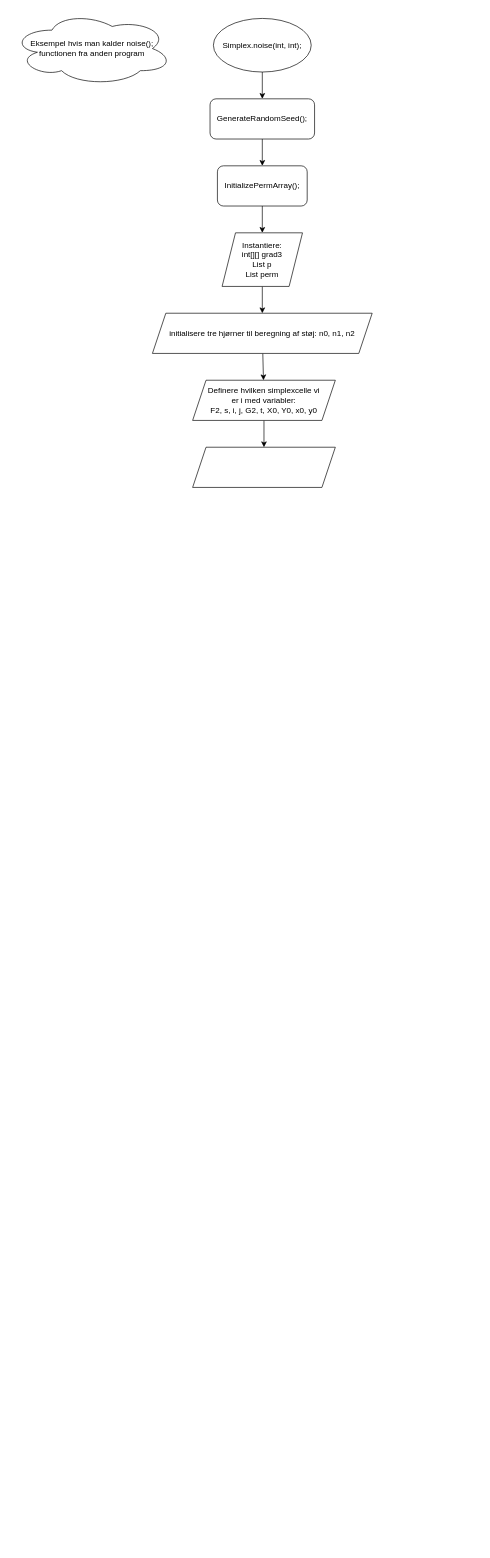
Before: FlowDiagrams.drawio in The2ndGuineaPig/Pink-Noise-Terrain, a draw.io diagram. Source tidied: cells renumbered, new cells numbered last; positions are measured from the earlier drawing's top-left corner, leaving out a move shared by most shapes. Both pictures are drawn from the tidied source at 67%, with x=0, y=0 at pixel (11, 11).
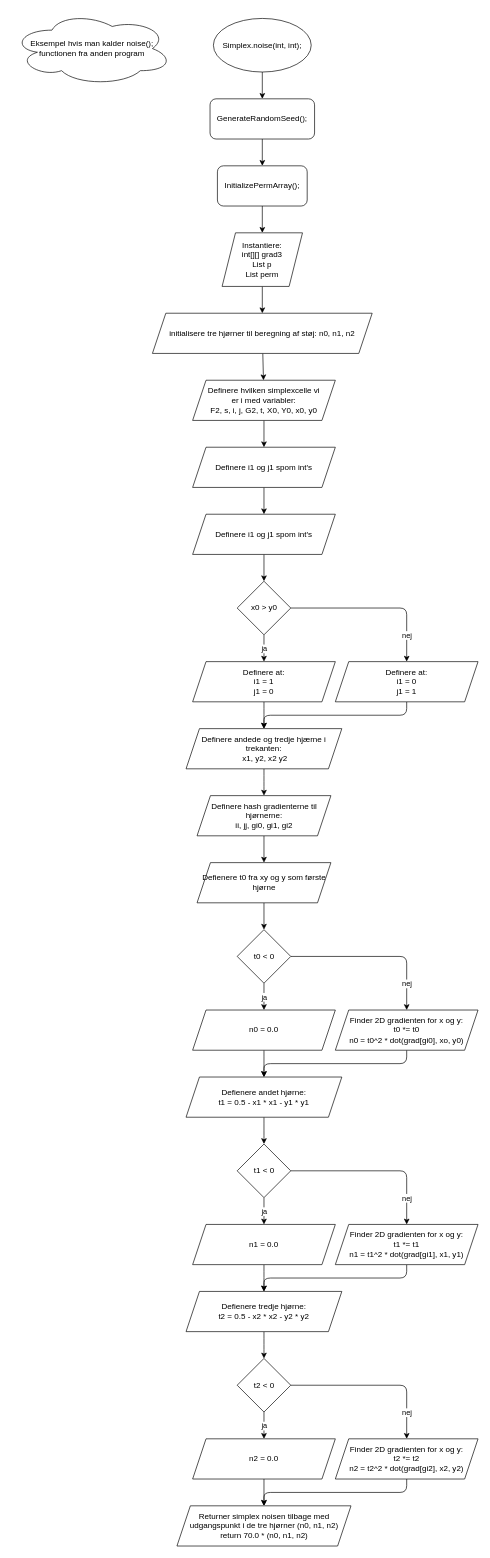
The same page after the edit.

Commit message:
Lavede flowdiagram førdigt

Lavede flowdiagrammet til Simplex.cs færdigt

Change to the diagram source:
```diff
@@
+    <mxCell id="16" style="edgeStyle=none;html=1;" parent="1" edge="1" source="15" target="18">
+      <mxGeometry relative="1" as="geometry" />
+    </mxCell>
-    <mxCell id="15" style="shape=parallelogram;perimeter=parallelogramPerimeter;whiteSpace=wrap;html=1;fixedSize=1;fontFamily=Helvetica;fontSize=12;fontColor=default;align=center;strokeColor=default;fillColor=default;" parent="1" vertex="1">
+    <mxCell id="15" value="Definere i1 og j1 spom int's" style="shape=parallelogram;perimeter=parallelogramPerimeter;whiteSpace=wrap;html=1;fixedSize=1;fontFamily=Helvetica;fontSize=12;fontColor=default;align=center;strokeColor=default;fillColor=default;" parent="1" vertex="1">
       <mxGeometry x="270" y="650" width="213" height="60" as="geometry" />
     </mxCell>
+    <mxCell id="17" style="edgeStyle=none;html=1;" parent="1" edge="1" source="18" target="23">
+      <mxGeometry relative="1" as="geometry" />
+    </mxCell>
+    <mxCell id="18" value="Definere i1 og j1 spom int's" style="shape=parallelogram;perimeter=parallelogramPerimeter;whiteSpace=wrap;html=1;fixedSize=1;fontFamily=Helvetica;fontSize=12;fontColor=default;align=center;strokeColor=default;fillColor=default;" parent="1" vertex="1">
+      <mxGeometry x="270" y="750" width="213" height="60" as="geometry" />
+    </mxCell>
+    <mxCell id="19" style="edgeStyle=none;html=1;" parent="1" edge="1" source="23" target="25">
+      <mxGeometry relative="1" as="geometry" />
+    </mxCell>
+    <mxCell id="20" value="ja" style="edgeLabel;html=1;align=center;verticalAlign=middle;" parent="19" vertex="1">
+      <mxGeometry x="-0.64" y="-2" relative="1" as="geometry">
+        <mxPoint x="2" y="13" as="offset" />
+      </mxGeometry>
+    </mxCell>
+    <mxCell id="21" style="edgeStyle=orthogonalEdgeStyle;html=1;exitX=1;exitY=0.5;exitDx=0;exitDy=0;entryX=0.5;entryY=0;entryDx=0;entryDy=0;" parent="1" edge="1" source="23" target="27">
+      <mxGeometry relative="1" as="geometry" />
+    </mxCell>
+    <mxCell id="22" value="nej" style="edgeLabel;html=1;align=center;verticalAlign=middle;" parent="21" vertex="1">
+      <mxGeometry x="0.47" y="-2" relative="1" as="geometry">
+        <mxPoint x="2" y="27" as="offset" />
+      </mxGeometry>
+    </mxCell>
+    <mxCell id="23" value="x0 &amp;gt; y0" style="rhombus;whiteSpace=wrap;html=1;" parent="1" vertex="1">
+      <mxGeometry x="336.5" y="850" width="80" height="80" as="geometry" />
+    </mxCell>
+    <mxCell id="24" style="edgeStyle=orthogonalEdgeStyle;html=1;" parent="1" edge="1" source="25" target="29">
+      <mxGeometry relative="1" as="geometry" />
+    </mxCell>
+    <mxCell id="25" value="Definere at:&lt;br&gt;i1 = 1&lt;br&gt;j1 = 0" style="shape=parallelogram;perimeter=parallelogramPerimeter;whiteSpace=wrap;html=1;fixedSize=1;fontFamily=Helvetica;fontSize=12;fontColor=default;align=center;strokeColor=default;fillColor=default;" parent="1" vertex="1">
+      <mxGeometry x="270" y="970" width="213" height="60" as="geometry" />
+    </mxCell>
+    <mxCell id="26" style="edgeStyle=orthogonalEdgeStyle;html=1;exitX=0.5;exitY=1;exitDx=0;exitDy=0;entryX=0.5;entryY=0;entryDx=0;entryDy=0;" parent="1" edge="1" source="27" target="29">
+      <mxGeometry relative="1" as="geometry" />
+    </mxCell>
+    <mxCell id="27" value="Definere at:&lt;br&gt;i1 = 0&lt;br&gt;j1 = 1" style="shape=parallelogram;perimeter=parallelogramPerimeter;whiteSpace=wrap;html=1;fixedSize=1;fontFamily=Helvetica;fontSize=12;fontColor=default;align=center;strokeColor=default;fillColor=default;" parent="1" vertex="1">
+      <mxGeometry x="483" y="970" width="213" height="60" as="geometry" />
+    </mxCell>
+    <mxCell id="28" style="edgeStyle=orthogonalEdgeStyle;html=1;" parent="1" edge="1" source="29" target="31">
+      <mxGeometry relative="1" as="geometry" />
+    </mxCell>
+    <mxCell id="29" value="Definere andede og tredje hjærne i trekanten:&lt;br&gt;&amp;nbsp;x1, y2, x2 y2" style="shape=parallelogram;perimeter=parallelogramPerimeter;whiteSpace=wrap;html=1;fixedSize=1;fontFamily=Helvetica;fontSize=12;fontColor=default;align=center;strokeColor=default;fillColor=default;" parent="1" vertex="1">
+      <mxGeometry x="260.2" y="1070" width="232.5" height="60" as="geometry" />
+    </mxCell>
+    <mxCell id="30" style="edgeStyle=orthogonalEdgeStyle;html=1;" parent="1" edge="1" source="31" target="33">
+      <mxGeometry relative="1" as="geometry" />
+    </mxCell>
+    <mxCell id="31" value="Definere hash gradienterne til hjørnerne:&lt;br&gt;ii, jj, gi0, gi1, gi2" style="shape=parallelogram;perimeter=parallelogramPerimeter;whiteSpace=wrap;html=1;fixedSize=1;fontFamily=Helvetica;fontSize=12;fontColor=default;align=center;strokeColor=default;fillColor=default;" parent="1" vertex="1">
+      <mxGeometry x="276.6" y="1170" width="199.8" height="60" as="geometry" />
+    </mxCell>
+    <mxCell id="32" style="edgeStyle=orthogonalEdgeStyle;html=1;" parent="1" edge="1" source="33" target="38">
+      <mxGeometry relative="1" as="geometry" />
+    </mxCell>
+    <mxCell id="33" value="Defienere t0 fra xy og y som første hjørne" style="shape=parallelogram;perimeter=parallelogramPerimeter;whiteSpace=wrap;html=1;fixedSize=1;fontFamily=Helvetica;fontSize=12;fontColor=default;align=center;strokeColor=default;fillColor=default;" parent="1" vertex="1">
+      <mxGeometry x="276.6" y="1270" width="199.8" height="60" as="geometry" />
+    </mxCell>
+    <mxCell id="34" style="edgeStyle=none;html=1;" parent="1" edge="1" source="38" target="40">
+      <mxGeometry relative="1" as="geometry" />
+    </mxCell>
+    <mxCell id="35" value="ja" style="edgeLabel;html=1;align=center;verticalAlign=middle;" parent="34" vertex="1">
+      <mxGeometry x="-0.64" y="-2" relative="1" as="geometry">
+        <mxPoint x="2" y="13" as="offset" />
+      </mxGeometry>
+    </mxCell>
+    <mxCell id="36" style="edgeStyle=orthogonalEdgeStyle;html=1;exitX=1;exitY=0.5;exitDx=0;exitDy=0;entryX=0.5;entryY=0;entryDx=0;entryDy=0;" parent="1" edge="1" source="38" target="42">
+      <mxGeometry relative="1" as="geometry" />
+    </mxCell>
+    <mxCell id="37" value="nej" style="edgeLabel;html=1;align=center;verticalAlign=middle;" parent="36" vertex="1">
+      <mxGeometry x="0.47" y="-2" relative="1" as="geometry">
+        <mxPoint x="2" y="27" as="offset" />
+      </mxGeometry>
+    </mxCell>
+    <mxCell id="38" value="t0 &amp;lt; 0" style="rhombus;whiteSpace=wrap;html=1;" parent="1" vertex="1">
+      <mxGeometry x="336.5" y="1370" width="80" height="80" as="geometry" />
+    </mxCell>
+    <mxCell id="39" style="edgeStyle=orthogonalEdgeStyle;html=1;" parent="1" edge="1" source="40" target="44">
+      <mxGeometry relative="1" as="geometry" />
+    </mxCell>
+    <mxCell id="40" value="n0 = 0.0" style="shape=parallelogram;perimeter=parallelogramPerimeter;whiteSpace=wrap;html=1;fixedSize=1;fontFamily=Helvetica;fontSize=12;fontColor=default;align=center;strokeColor=default;fillColor=default;" parent="1" vertex="1">
+      <mxGeometry x="270" y="1490" width="213" height="60" as="geometry" />
+    </mxCell>
+    <mxCell id="41" style="edgeStyle=orthogonalEdgeStyle;html=1;exitX=0.5;exitY=1;exitDx=0;exitDy=0;entryX=0.5;entryY=0;entryDx=0;entryDy=0;" parent="1" edge="1" source="42" target="44">
+      <mxGeometry relative="1" as="geometry" />
+    </mxCell>
+    <mxCell id="42" value="Finder 2D gradienten for x og y:&lt;br&gt;t0 *= t0&lt;br&gt;n0 = t0^2 * dot(grad[gi0], xo, y0)" style="shape=parallelogram;perimeter=parallelogramPerimeter;whiteSpace=wrap;html=1;fixedSize=1;fontFamily=Helvetica;fontSize=12;fontColor=default;align=center;strokeColor=default;fillColor=default;" parent="1" vertex="1">
+      <mxGeometry x="483" y="1490" width="213" height="60" as="geometry" />
+    </mxCell>
+    <mxCell id="43" style="edgeStyle=orthogonalEdgeStyle;html=1;" parent="1" edge="1" source="44" target="49">
+      <mxGeometry relative="1" as="geometry" />
+    </mxCell>
+    <mxCell id="44" value="Defienere andet hjørne:&lt;br&gt;t1 = 0.5 - x1 * x1 - y1 * y1" style="shape=parallelogram;perimeter=parallelogramPerimeter;whiteSpace=wrap;html=1;fixedSize=1;fontFamily=Helvetica;fontSize=12;fontColor=default;align=center;strokeColor=default;fillColor=default;" parent="1" vertex="1">
+      <mxGeometry x="260.2" y="1590" width="232.5" height="60" as="geometry" />
+    </mxCell>
+    <mxCell id="45" style="edgeStyle=none;html=1;" parent="1" edge="1" source="49" target="51">
+      <mxGeometry relative="1" as="geometry" />
+    </mxCell>
+    <mxCell id="46" value="ja" style="edgeLabel;html=1;align=center;verticalAlign=middle;" parent="45" vertex="1">
+      <mxGeometry x="-0.64" y="-2" relative="1" as="geometry">
+        <mxPoint x="2" y="13" as="offset" />
+      </mxGeometry>
+    </mxCell>
+    <mxCell id="47" style="edgeStyle=orthogonalEdgeStyle;html=1;exitX=1;exitY=0.5;exitDx=0;exitDy=0;entryX=0.5;entryY=0;entryDx=0;entryDy=0;" parent="1" edge="1" source="49" target="53">
+      <mxGeometry relative="1" as="geometry" />
+    </mxCell>
+    <mxCell id="48" value="nej" style="edgeLabel;html=1;align=center;verticalAlign=middle;" parent="47" vertex="1">
+      <mxGeometry x="0.47" y="-2" relative="1" as="geometry">
+        <mxPoint x="2" y="27" as="offset" />
+      </mxGeometry>
+    </mxCell>
+    <mxCell id="49" value="t1 &amp;lt; 0" style="rhombus;whiteSpace=wrap;html=1;" parent="1" vertex="1">
+      <mxGeometry x="336.5" y="1690" width="80" height="80" as="geometry" />
+    </mxCell>
+    <mxCell id="50" style="edgeStyle=orthogonalEdgeStyle;html=1;" parent="1" edge="1" source="51" target="55">
+      <mxGeometry relative="1" as="geometry" />
+    </mxCell>
+    <mxCell id="51" value="n1 = 0.0" style="shape=parallelogram;perimeter=parallelogramPerimeter;whiteSpace=wrap;html=1;fixedSize=1;fontFamily=Helvetica;fontSize=12;fontColor=default;align=center;strokeColor=default;fillColor=default;" parent="1" vertex="1">
+      <mxGeometry x="270" y="1810" width="213" height="60" as="geometry" />
+    </mxCell>
+    <mxCell id="52" style="edgeStyle=orthogonalEdgeStyle;html=1;exitX=0.5;exitY=1;exitDx=0;exitDy=0;entryX=0.5;entryY=0;entryDx=0;entryDy=0;" parent="1" edge="1" source="53" target="55">
+      <mxGeometry relative="1" as="geometry" />
+    </mxCell>
+    <mxCell id="53" value="Finder 2D gradienten for x og y:&lt;br&gt;t1 *= t1&lt;br&gt;n1 = t1^2 * dot(grad[gi1], x1, y1)" style="shape=parallelogram;perimeter=parallelogramPerimeter;whiteSpace=wrap;html=1;fixedSize=1;fontFamily=Helvetica;fontSize=12;fontColor=default;align=center;strokeColor=default;fillColor=default;" parent="1" vertex="1">
+      <mxGeometry x="483" y="1810" width="213" height="60" as="geometry" />
+    </mxCell>
+    <mxCell id="54" style="edgeStyle=orthogonalEdgeStyle;html=1;" parent="1" edge="1" source="55" target="60">
+      <mxGeometry relative="1" as="geometry" />
+    </mxCell>
+    <mxCell id="55" value="Defienere tredje hjørne:&lt;br&gt;t2 = 0.5 - x2 * x2 - y2 * y2" style="shape=parallelogram;perimeter=parallelogramPerimeter;whiteSpace=wrap;html=1;fixedSize=1;fontFamily=Helvetica;fontSize=12;fontColor=default;align=center;strokeColor=default;fillColor=default;" parent="1" vertex="1">
+      <mxGeometry x="260.2" y="1910" width="232.5" height="60" as="geometry" />
+    </mxCell>
+    <mxCell id="56" style="edgeStyle=none;html=1;" parent="1" edge="1" source="60" target="62">
+      <mxGeometry relative="1" as="geometry" />
+    </mxCell>
+    <mxCell id="57" value="ja" style="edgeLabel;html=1;align=center;verticalAlign=middle;" parent="56" vertex="1">
+      <mxGeometry x="-0.64" y="-2" relative="1" as="geometry">
+        <mxPoint x="2" y="13" as="offset" />
+      </mxGeometry>
+    </mxCell>
+    <mxCell id="58" style="edgeStyle=orthogonalEdgeStyle;html=1;exitX=1;exitY=0.5;exitDx=0;exitDy=0;entryX=0.5;entryY=0;entryDx=0;entryDy=0;" parent="1" edge="1" source="60" target="64">
+      <mxGeometry relative="1" as="geometry" />
+    </mxCell>
+    <mxCell id="59" value="nej" style="edgeLabel;html=1;align=center;verticalAlign=middle;" parent="58" vertex="1">
+      <mxGeometry x="0.47" y="-2" relative="1" as="geometry">
+        <mxPoint x="2" y="27" as="offset" />
+      </mxGeometry>
+    </mxCell>
+    <mxCell id="60" value="t2 &amp;lt; 0" style="rhombus;whiteSpace=wrap;html=1;" parent="1" vertex="1">
+      <mxGeometry x="336.5" y="2010" width="80" height="80" as="geometry" />
+    </mxCell>
+    <mxCell id="61" style="edgeStyle=orthogonalEdgeStyle;html=1;" parent="1" edge="1" source="62" target="65">
+      <mxGeometry relative="1" as="geometry" />
+    </mxCell>
+    <mxCell id="62" value="n2 = 0.0" style="shape=parallelogram;perimeter=parallelogramPerimeter;whiteSpace=wrap;html=1;fixedSize=1;fontFamily=Helvetica;fontSize=12;fontColor=default;align=center;strokeColor=default;fillColor=default;" parent="1" vertex="1">
+      <mxGeometry x="270" y="2130" width="213" height="60" as="geometry" />
+    </mxCell>
+    <mxCell id="63" style="edgeStyle=orthogonalEdgeStyle;html=1;exitX=0.5;exitY=1;exitDx=0;exitDy=0;entryX=0.5;entryY=0;entryDx=0;entryDy=0;" parent="1" edge="1" source="64" target="65">
+      <mxGeometry relative="1" as="geometry" />
+    </mxCell>
+    <mxCell id="64" value="Finder 2D gradienten for x og y:&lt;br&gt;t2 *= t2&lt;br&gt;n2 = t2^2 * dot(grad[gi2], x2, y2)" style="shape=parallelogram;perimeter=parallelogramPerimeter;whiteSpace=wrap;html=1;fixedSize=1;fontFamily=Helvetica;fontSize=12;fontColor=default;align=center;strokeColor=default;fillColor=default;" parent="1" vertex="1">
+      <mxGeometry x="483" y="2130" width="213" height="60" as="geometry" />
+    </mxCell>
+    <mxCell id="65" value="Returner simplex noisen tilbage med udgangspunkt i de tre hjørner (n0, n1, n2)&lt;br&gt;return 70.0 * (n0, n1, n2)" style="shape=parallelogram;perimeter=parallelogramPerimeter;whiteSpace=wrap;html=1;fixedSize=1;fontFamily=Helvetica;fontSize=12;fontColor=default;align=center;strokeColor=default;fillColor=default;" parent="1" vertex="1">
+      <mxGeometry x="246.6" y="2230" width="259.8" height="60" as="geometry" />
+    </mxCell>
```
